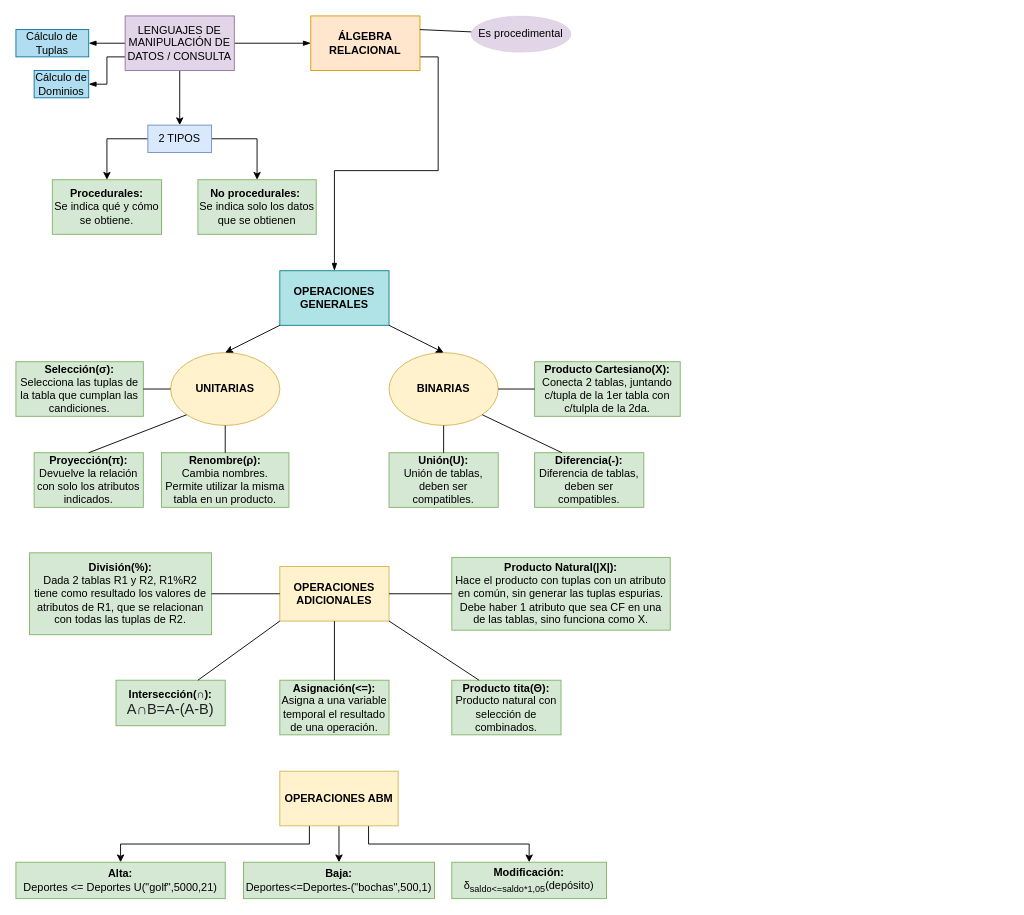
senras/DBD keeps this draw.io diagram as page "AR" (7 of 7) of Diagrama-resumen.drawio. Above is the earlier version. Source tidied: cells renumbered, new cells numbered last; positions are measured from the earlier drawing's top-left corner, leaving out a move shared by most shapes. Both pictures are drawn from the tidied source at 91%, with x=0, y=0 at pixel (15, 15).
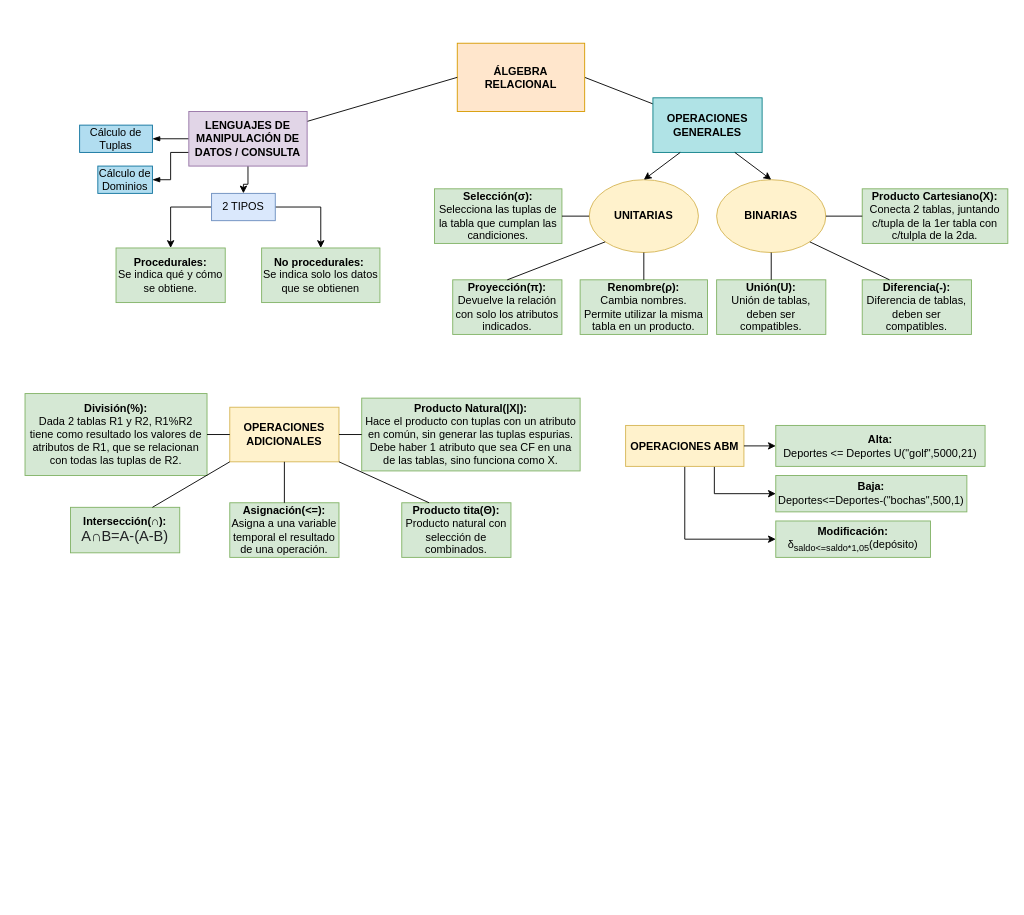
The same page after the edit.

Diff of the diagram source:
```diff
@@
-    <mxCell id="2" style="edgeStyle=orthogonalEdgeStyle;rounded=0;jettySize=auto;html=1;exitX=1;exitY=0.75;exitDx=0;exitDy=0;endArrow=blockThin;endFill=1;" parent="1" edge="1" source="3" target="18">
+    <mxCell id="2" style="rounded=0;jettySize=auto;html=1;exitX=1;exitY=0.5;exitDx=0;exitDy=0;endArrow=none;endFill=0;" parent="1" edge="1" source="3" target="18">
       <mxGeometry relative="1" as="geometry" />
     </mxCell>
     <mxCell id="3" value="ÁLGEBRA RELACIONAL" style="rounded=0;whiteSpace=wrap;html=1;fillColor=#ffe6cc;strokeColor=#d79b00;fontStyle=1;" parent="1" vertex="1">
-      <mxGeometry x="324" width="120" height="60" as="geometry" />
+      <mxGeometry x="485" y="30" width="140" height="75" as="geometry" />
     </mxCell>
@@
-    <mxCell id="5" style="edgeStyle=orthogonalEdgeStyle;rounded=0;jettySize=auto;html=1;entryX=0;entryY=0.5;entryDx=0;entryDy=0;endArrow=blockThin;endFill=1;" parent="1" edge="1" source="8" target="3">
+    <mxCell id="5" style="rounded=0;jettySize=auto;html=1;entryX=0;entryY=0.5;entryDx=0;entryDy=0;endArrow=none;endFill=0;" parent="1" edge="1" source="8" target="3">
       <mxGeometry relative="1" as="geometry" />
     </mxCell>
@@
-    <mxCell id="8" value="LENGUAJES DE MANIPULACIÓN DE DATOS / CONSULTA" style="rounded=0;whiteSpace=wrap;html=1;fillColor=#e1d5e7;strokeColor=#9673a6;" parent="1" vertex="1">
-      <mxGeometry x="120" width="120" height="60" as="geometry" />
+    <mxCell id="8" value="LENGUAJES DE MANIPULACIÓN DE DATOS / CONSULTA" style="rounded=0;whiteSpace=wrap;html=1;fillColor=#e1d5e7;strokeColor=#9673a6;fontStyle=1;" parent="1" vertex="1">
+      <mxGeometry x="190" y="105" width="130" height="60" as="geometry" />
     </mxCell>
     <mxCell id="9" value="Cálculo de Tuplas" style="text;html=1;strokeColor=#10739e;fillColor=#b1ddf0;align=center;verticalAlign=middle;whiteSpace=wrap;rounded=0;" parent="1" vertex="1">
-      <mxGeometry y="15" width="80" height="30" as="geometry" />
+      <mxGeometry x="70" y="120" width="80" height="30" as="geometry" />
     </mxCell>
     <mxCell id="10" value="Cálculo de Dominios" style="text;html=1;strokeColor=#10739e;fillColor=#b1ddf0;align=center;verticalAlign=middle;whiteSpace=wrap;rounded=0;" parent="1" vertex="1">
-      <mxGeometry x="20" y="60" width="60" height="30" as="geometry" />
+      <mxGeometry x="90" y="165" width="60" height="30" as="geometry" />
     </mxCell>
@@
     <mxCell id="13" value="2 TIPOS" style="rounded=0;whiteSpace=wrap;html=1;strokeWidth=1;fillColor=#dae8fc;strokeColor=#6c8ebf;" parent="1" vertex="1">
-      <mxGeometry x="145" y="120" width="70" height="30" as="geometry" />
+      <mxGeometry x="215" y="195" width="70" height="30" as="geometry" />
     </mxCell>
     <mxCell id="14" value="&lt;b&gt;No procedurales:&amp;nbsp;&lt;/b&gt;&lt;br&gt;Se indica solo los datos que se obtienen" style="rounded=0;whiteSpace=wrap;html=1;strokeWidth=1;fillColor=#d5e8d4;strokeColor=#82b366;" parent="1" vertex="1">
-      <mxGeometry x="200" y="180" width="130" height="60" as="geometry" />
+      <mxGeometry x="270" y="255" width="130" height="60" as="geometry" />
     </mxCell>
     <mxCell id="15" value="&lt;b&gt;Procedurales:&lt;/b&gt;&lt;br&gt;Se indica qué y cómo se obtiene." style="rounded=0;whiteSpace=wrap;html=1;strokeWidth=1;fillColor=#d5e8d4;strokeColor=#82b366;" parent="1" vertex="1">
-      <mxGeometry x="40" y="180" width="120" height="60" as="geometry" />
+      <mxGeometry x="110" y="255" width="120" height="60" as="geometry" />
     </mxCell>
-    <mxCell id="16" value="Es procedimental" style="ellipse;whiteSpace=wrap;html=1;strokeWidth=0;fillColor=#e1d5e7;strokeColor=#9673a6;" parent="1" vertex="1">
-      <mxGeometry x="500" width="110" height="40" as="geometry" />
-    </mxCell>
-    <mxCell id="17" style="endArrow=none;html=1;rounded=0;exitX=1;exitY=0.25;exitDx=0;exitDy=0;endFill=0;" parent="1" edge="1" source="3" target="16">
-      <mxGeometry relative="1" as="geometry" />
-    </mxCell>
     <mxCell id="18" value="OPERACIONES GENERALES" style="rounded=0;whiteSpace=wrap;html=1;strokeWidth=1;fontStyle=1;fillColor=#b0e3e6;strokeColor=#0e8088;" parent="1" vertex="1">
-      <mxGeometry x="290" y="280" width="120" height="60" as="geometry" />
+      <mxGeometry x="700" y="90" width="120" height="60" as="geometry" />
     </mxCell>
     <mxCell id="19" value="UNITARIAS" style="ellipse;whiteSpace=wrap;html=1;strokeWidth=1;fontStyle=1;fillColor=#fff2cc;strokeColor=#d6b656;" parent="1" vertex="1">
-      <mxGeometry x="170" y="370" width="120" height="80" as="geometry" />
+      <mxGeometry x="630" y="180" width="120" height="80" as="geometry" />
     </mxCell>
     <mxCell id="20" value="BINARIAS" style="ellipse;whiteSpace=wrap;html=1;strokeWidth=1;fontStyle=1;fillColor=#fff2cc;strokeColor=#d6b656;" parent="1" vertex="1">
-      <mxGeometry x="410" y="370" width="120" height="80" as="geometry" />
+      <mxGeometry x="770" y="180" width="120" height="80" as="geometry" />
     </mxCell>
     <mxCell id="21" value="&lt;b&gt;Selección(σ):&lt;/b&gt;&lt;br&gt;Selecciona las tuplas de la tabla que cumplan las candiciones." style="rounded=0;whiteSpace=wrap;html=1;strokeWidth=1;fillColor=#d5e8d4;strokeColor=#82b366;" parent="1" vertex="1">
-      <mxGeometry y="380" width="140" height="60" as="geometry" />
+      <mxGeometry x="460" y="190" width="140" height="60" as="geometry" />
     </mxCell>
     <mxCell id="22" value="&lt;b&gt;Proyección(π):&lt;/b&gt;&lt;br&gt;Devuelve la relación con solo los atributos indicados." style="rounded=0;whiteSpace=wrap;html=1;strokeWidth=1;fillColor=#d5e8d4;strokeColor=#82b366;" parent="1" vertex="1">
-      <mxGeometry x="20" y="480" width="120" height="60" as="geometry" />
+      <mxGeometry x="480" y="290" width="120" height="60" as="geometry" />
     </mxCell>
     <mxCell id="23" value="&lt;b&gt;Renombre(ρ):&lt;/b&gt;&lt;br&gt;Cambia nombres. Permite utilizar la misma tabla en un producto." style="rounded=0;whiteSpace=wrap;html=1;strokeWidth=1;fillColor=#d5e8d4;strokeColor=#82b366;" parent="1" vertex="1">
-      <mxGeometry x="160" y="480" width="140" height="60" as="geometry" />
+      <mxGeometry x="620" y="290" width="140" height="60" as="geometry" />
     </mxCell>
     <mxCell id="24" value="&lt;b&gt;Producto Cartesiano(X):&lt;/b&gt;&lt;br&gt;Conecta 2 tablas, juntando c/tupla de la 1er tabla con c/tulpla de la 2da." style="rounded=0;whiteSpace=wrap;html=1;strokeWidth=1;fillColor=#d5e8d4;strokeColor=#82b366;" parent="1" vertex="1">
-      <mxGeometry x="570" y="380" width="160" height="60" as="geometry" />
+      <mxGeometry x="930" y="190" width="160" height="60" as="geometry" />
     </mxCell>
     <mxCell id="25" value="&lt;b&gt;Unión(U):&lt;/b&gt;&lt;br&gt;Unión de tablas, deben ser compatibles." style="rounded=0;whiteSpace=wrap;html=1;strokeWidth=1;fillColor=#d5e8d4;strokeColor=#82b366;" parent="1" vertex="1">
-      <mxGeometry x="410" y="480" width="120" height="60" as="geometry" />
+      <mxGeometry x="770" y="290" width="120" height="60" as="geometry" />
     </mxCell>
     <mxCell id="26" value="&lt;b&gt;Diferencia(-):&lt;/b&gt;&lt;br&gt;Diferencia de tablas, deben ser compatibles." style="rounded=0;whiteSpace=wrap;html=1;strokeWidth=1;fillColor=#d5e8d4;strokeColor=#82b366;" parent="1" vertex="1">
-      <mxGeometry x="570" y="480" width="120" height="60" as="geometry" />
+      <mxGeometry x="930" y="290" width="120" height="60" as="geometry" />
     </mxCell>
     <mxCell id="27" value="OPERACIONES ADICIONALES" style="rounded=0;whiteSpace=wrap;html=1;strokeWidth=1;fillColor=#fff2cc;strokeColor=#d6b656;fontStyle=1;" parent="1" vertex="1">
-      <mxGeometry x="290" y="605" width="120" height="60" as="geometry" />
+      <mxGeometry x="235" y="430" width="120" height="60" as="geometry" />
     </mxCell>
     <mxCell id="28" value="&lt;b&gt;Intersección(∩):&lt;br&gt;&lt;/b&gt;&lt;span style=&quot;color: rgb(32, 33, 36); font-family: arial, sans-serif; font-size: 16px; text-align: start;&quot;&gt;A&lt;/span&gt;&lt;span style=&quot;font-size: 16px; color: rgb(32, 33, 36); font-family: arial, sans-serif; background-color: initial; text-align: start;&quot;&gt;∩&lt;/span&gt;&lt;span style=&quot;font-size: 16px; color: rgb(32, 33, 36); font-family: arial, sans-serif; background-color: initial; text-align: start;&quot;&gt;B=A-(A-B)&lt;/span&gt;&lt;span style=&quot;color: rgb(32, 33, 36); font-family: arial, sans-serif; font-size: 16px; text-align: start;&quot;&gt;&lt;br&gt;&lt;/span&gt;" style="rounded=0;whiteSpace=wrap;html=1;strokeWidth=1;fillColor=#d5e8d4;strokeColor=#82b366;" parent="1" vertex="1">
-      <mxGeometry x="110" y="730" width="120" height="50" as="geometry" />
+      <mxGeometry x="60" y="540" width="120" height="50" as="geometry" />
     </mxCell>
     <mxCell id="29" value="&lt;b&gt;Producto Natural(|X|):&lt;/b&gt;&lt;br&gt;Hace el producto con tuplas con un atributo en común, sin generar las tuplas espurias. Debe haber 1 atributo que sea CF en una de las tablas, sino funciona como X." style="rounded=0;whiteSpace=wrap;html=1;strokeWidth=1;fillColor=#d5e8d4;strokeColor=#82b366;" parent="1" vertex="1">
-      <mxGeometry x="479" y="595" width="240" height="80" as="geometry" />
+      <mxGeometry x="380" y="420" width="240" height="80" as="geometry" />
     </mxCell>
     <mxCell id="30" value="&lt;b&gt;Asignación(&amp;lt;=):&lt;/b&gt;&lt;br&gt;Asigna a una variable temporal el resultado de una operación." style="rounded=0;whiteSpace=wrap;html=1;strokeWidth=1;fillColor=#d5e8d4;strokeColor=#82b366;" parent="1" vertex="1">
-      <mxGeometry x="290" y="730" width="120" height="60" as="geometry" />
+      <mxGeometry x="235" y="535" width="120" height="60" as="geometry" />
     </mxCell>
     <mxCell id="31" value="&lt;b&gt;Producto tita(Θ):&lt;/b&gt;&lt;br&gt;Producto natural con selección de combinados." style="rounded=0;whiteSpace=wrap;html=1;strokeWidth=1;fillColor=#d5e8d4;strokeColor=#82b366;" parent="1" vertex="1">
-      <mxGeometry x="479" y="730" width="120" height="60" as="geometry" />
+      <mxGeometry x="424" y="535" width="120" height="60" as="geometry" />
     </mxCell>
     <mxCell id="32" value="&lt;b&gt;División(%):&lt;br&gt;&lt;/b&gt;Dada 2 tablas R1 y R2, R1%R2 tiene como resultado los valores de atributos de R1, que se relacionan con todas las tuplas de R2." style="rounded=0;whiteSpace=wrap;html=1;strokeWidth=1;fillColor=#d5e8d4;strokeColor=#82b366;" parent="1" vertex="1">
-      <mxGeometry x="15" y="590" width="200" height="90" as="geometry" />
+      <mxGeometry x="10" y="415" width="200" height="90" as="geometry" />
     </mxCell>
-    <mxCell id="33" value="&lt;b&gt;Alta:&lt;/b&gt;&lt;br&gt;Deportes &amp;lt;= Deportes U(&quot;golf&quot;,5000,21)" style="rounded=0;whiteSpace=wrap;html=1;strokeWidth=1;fillColor=#d5e8d4;strokeColor=#82b366;" parent="1" vertex="1">
-      <mxGeometry y="930" width="230" height="40" as="geometry" />
-    </mxCell>
     <mxCell id="34" value="&lt;b&gt;Baja:&lt;/b&gt;&lt;br&gt;Deportes&amp;lt;=Deportes-(&quot;bochas&quot;,500,1)" style="rounded=0;whiteSpace=wrap;html=1;strokeWidth=1;fillColor=#d5e8d4;strokeColor=#82b366;" parent="1" vertex="1">
-      <mxGeometry x="250" y="930" width="210" height="40" as="geometry" />
+      <mxGeometry x="835" y="505" width="210" height="40" as="geometry" />
     </mxCell>
     <mxCell id="35" value="&lt;b&gt;Modificación:&lt;br&gt;&lt;/b&gt;δ&lt;sub&gt;saldo&amp;lt;=saldo*1,05&lt;/sub&gt;(depósito)" style="rounded=0;whiteSpace=wrap;html=1;strokeWidth=1;fillColor=#d5e8d4;strokeColor=#82b366;" parent="1" vertex="1">
-      <mxGeometry x="479" y="930" width="170" height="40" as="geometry" />
+      <mxGeometry x="835" y="555" width="170" height="40" as="geometry" />
     </mxCell>
-    <mxCell id="36" style="endArrow=classic;html=1;rounded=0;exitX=0;exitY=1;exitDx=0;exitDy=0;entryX=0.5;entryY=0;entryDx=0;entryDy=0;" parent="1" edge="1" source="18" target="19">
+    <mxCell id="36" style="endArrow=classic;html=1;rounded=0;exitX=0.25;exitY=1;exitDx=0;exitDy=0;entryX=0.5;entryY=0;entryDx=0;entryDy=0;" parent="1" edge="1" source="18" target="19">
       <mxGeometry relative="1" as="geometry" />
     </mxCell>
-    <mxCell id="37" style="endArrow=classic;html=1;rounded=0;exitX=1;exitY=1;exitDx=0;exitDy=0;entryX=0.5;entryY=0;entryDx=0;entryDy=0;" parent="1" edge="1" source="18" target="20">
+    <mxCell id="37" style="endArrow=classic;html=1;rounded=0;exitX=0.75;exitY=1;exitDx=0;exitDy=0;entryX=0.5;entryY=0;entryDx=0;entryDy=0;exitPerimeter=0;" parent="1" edge="1" source="18" target="20">
       <mxGeometry relative="1" as="geometry" />
     </mxCell>
@@
-    <mxCell id="49" style="edgeStyle=orthogonalEdgeStyle;rounded=0;jettySize=auto;html=1;exitX=0.25;exitY=1;exitDx=0;exitDy=0;" parent="1" edge="1" source="52" target="33">
-      <mxGeometry relative="1" as="geometry" />
-    </mxCell>
-    <mxCell id="50" style="edgeStyle=orthogonalEdgeStyle;rounded=0;jettySize=auto;html=1;exitX=0.5;exitY=1;exitDx=0;exitDy=0;" parent="1" edge="1" source="52" target="34">
+    <mxCell id="50" style="edgeStyle=orthogonalEdgeStyle;rounded=0;jettySize=auto;html=1;exitX=0.75;exitY=1;exitDx=0;exitDy=0;entryX=0;entryY=0.5;entryDx=0;entryDy=0;endArrow=classic;endFill=1;" parent="1" edge="1" source="52" target="34">
       <mxGeometry relative="1" as="geometry" />
     </mxCell>
-    <mxCell id="51" style="edgeStyle=orthogonalEdgeStyle;rounded=0;jettySize=auto;html=1;exitX=0.75;exitY=1;exitDx=0;exitDy=0;" parent="1" edge="1" source="52" target="35">
+    <mxCell id="51" style="edgeStyle=orthogonalEdgeStyle;rounded=0;jettySize=auto;html=1;exitX=0.5;exitY=1;exitDx=0;exitDy=0;entryX=0;entryY=0.5;entryDx=0;entryDy=0;endArrow=classic;endFill=1;" parent="1" edge="1" source="52" target="35">
       <mxGeometry relative="1" as="geometry" />
     </mxCell>
     <mxCell id="52" value="OPERACIONES ABM" style="rounded=0;whiteSpace=wrap;html=1;fillColor=#fff2cc;strokeColor=#d6b656;fontStyle=1;" parent="1" vertex="1">
-      <mxGeometry x="290" y="830" width="130" height="60" as="geometry" />
+      <mxGeometry x="670" y="450" width="130" height="45" as="geometry" />
     </mxCell>
+    <mxCell id="33" value="&lt;b&gt;Alta:&lt;/b&gt;&lt;br&gt;Deportes &amp;lt;= Deportes U(&quot;golf&quot;,5000,21)" style="rounded=0;whiteSpace=wrap;html=1;strokeWidth=1;fillColor=#d5e8d4;strokeColor=#82b366;" parent="1" vertex="1">
+      <mxGeometry x="835" y="450" width="230" height="45" as="geometry" />
+    </mxCell>
+    <mxCell id="49" style="endArrow=classic;html=1;rounded=0;exitX=1;exitY=0.5;exitDx=0;exitDy=0;entryX=0;entryY=0.5;entryDx=0;entryDy=0;" parent="1" edge="1" source="52" target="33">
+      <mxGeometry relative="1" as="geometry" />
+    </mxCell>
```
